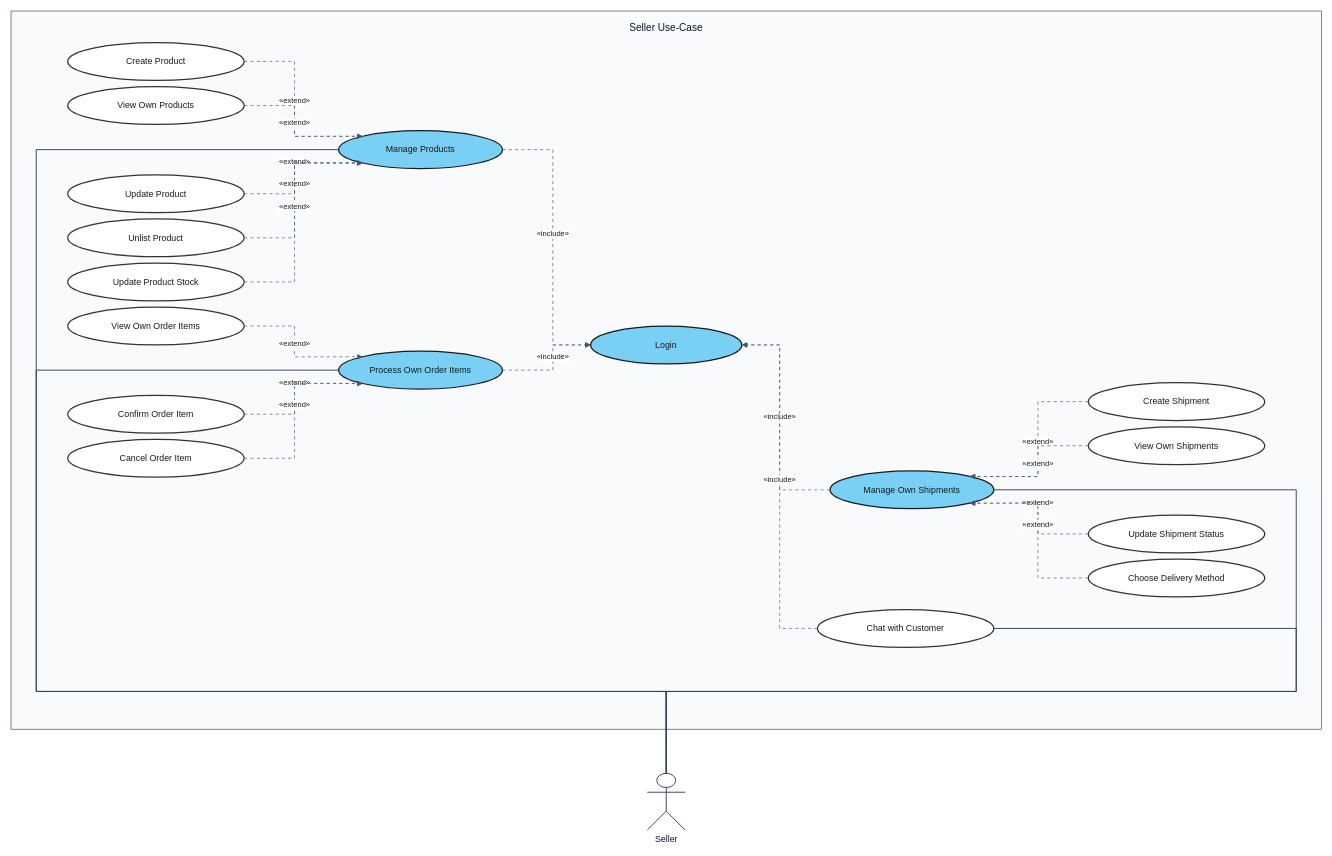
e-commercial-marketplace/commerce-platform-docs keeps this draw.io diagram as usecase-diagram/seller-usecases.drawio. Above is the earlier version. Source tidied: cells renumbered, new cells numbered last; positions are measured from the earlier drawing's top-left corner, leaving out a move shared by most shapes. Both pictures are drawn from the tidied source at 63%, with x=0, y=0 at pixel (11, 11).
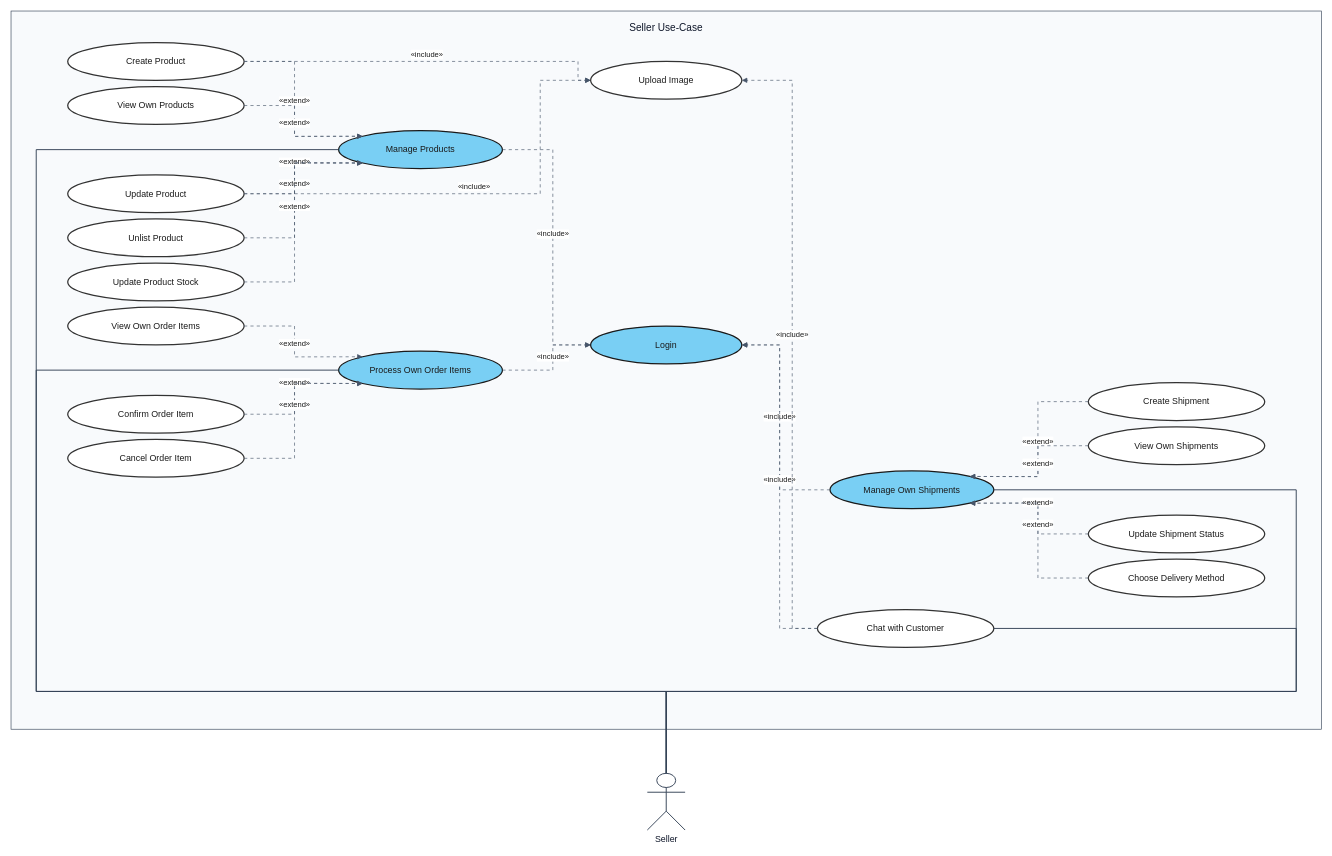
Above is the later version.

Unchanged cells that the change refers to:
```xml
<mxCell id="4" value="Create Product" style="ellipse;whiteSpace=wrap;html=1;align=center;verticalAlign=middle;fillColor=#ffffff;strokeColor=#333333;strokeWidth=2;fontColor=#1A1A1A;fontSize=14;fontStyle=0;" parent="1" vertex="1">
  <mxGeometry x="90" y="50" width="280" height="60" as="geometry" />
</mxCell>
<mxCell id="6" value="Update Product" style="ellipse;whiteSpace=wrap;html=1;align=center;verticalAlign=middle;fillColor=#ffffff;strokeColor=#333333;strokeWidth=2;fontColor=#1A1A1A;fontSize=14;fontStyle=0;" parent="1" vertex="1">
  <mxGeometry x="90" y="260" width="280" height="60" as="geometry" />
</mxCell>
<mxCell id="15" value="Chat with Customer" style="ellipse;whiteSpace=wrap;html=1;align=center;verticalAlign=middle;fillColor=#ffffff;strokeColor=#333333;strokeWidth=2;fontColor=#1A1A1A;fontSize=14;fontStyle=0;" parent="1" vertex="1">
  <mxGeometry x="1280" y="950" width="280" height="60" as="geometry" />
</mxCell>
```

Diff of the diagram source:
```diff
@@
+    <mxCell id="41" value="Upload Image" style="ellipse;whiteSpace=wrap;html=1;align=center;verticalAlign=middle;fillColor=#ffffff;strokeColor=#333333;strokeWidth=2;fontColor=#1A1A1A;fontSize=14;fontStyle=0;" parent="1" vertex="1">
+      <mxGeometry x="920" y="80" width="240" height="60" as="geometry" />
+    </mxCell>
@@
+    <mxCell id="42" value="«include»" style="endArrow=block;endFill=1;endSize=6;dashed=1;dashPattern=5 5;html=1;rounded=0;strokeColor=#475569;strokeWidth=1;fontSize=12;fontColor=#1A1A1A;fontStyle=0;exitX=1;exitY=0.5;exitDx=0;exitDy=0;exitPerimeter=0;entryX=0;entryY=0.5;entryDx=0;entryDy=0;entryPerimeter=0;" parent="1" edge="1" source="4" target="41">
+      <mxGeometry relative="1" as="geometry">
+        <Array as="points">
+          <mxPoint x="900" y="80" />
+          <mxPoint x="900" y="110" />
+        </Array>
+        <mxPoint y="-11" as="offset" />
+      </mxGeometry>
+    </mxCell>
+    <mxCell id="43" value="«include»" style="endArrow=block;endFill=1;endSize=6;dashed=1;dashPattern=5 5;html=1;rounded=0;strokeColor=#475569;strokeWidth=1;fontSize=12;fontColor=#1A1A1A;fontStyle=0;exitX=1;exitY=0.5;exitDx=0;exitDy=0;exitPerimeter=0;entryX=0;entryY=0.5;entryDx=0;entryDy=0;entryPerimeter=0;" parent="1" edge="1" source="6" target="41">
+      <mxGeometry relative="1" as="geometry">
+        <Array as="points">
+          <mxPoint x="840" y="290" />
+          <mxPoint x="840" y="110" />
+        </Array>
+        <mxPoint y="-11" as="offset" />
+      </mxGeometry>
+    </mxCell>
+    <mxCell id="44" value="«include»" style="endArrow=block;endFill=1;endSize=6;dashed=1;dashPattern=5 5;html=1;rounded=0;strokeColor=#475569;strokeWidth=1;fontSize=12;fontColor=#1A1A1A;fontStyle=0;exitX=0;exitY=0.5;exitDx=0;exitDy=0;exitPerimeter=0;entryX=1;entryY=0.5;entryDx=0;entryDy=0;entryPerimeter=0;" parent="1" edge="1" source="15" target="41">
+      <mxGeometry relative="1" as="geometry">
+        <Array as="points">
+          <mxPoint x="1240" y="980" />
+          <mxPoint x="1240" y="110" />
+        </Array>
+        <mxPoint y="-11" as="offset" />
+      </mxGeometry>
+    </mxCell>
```
